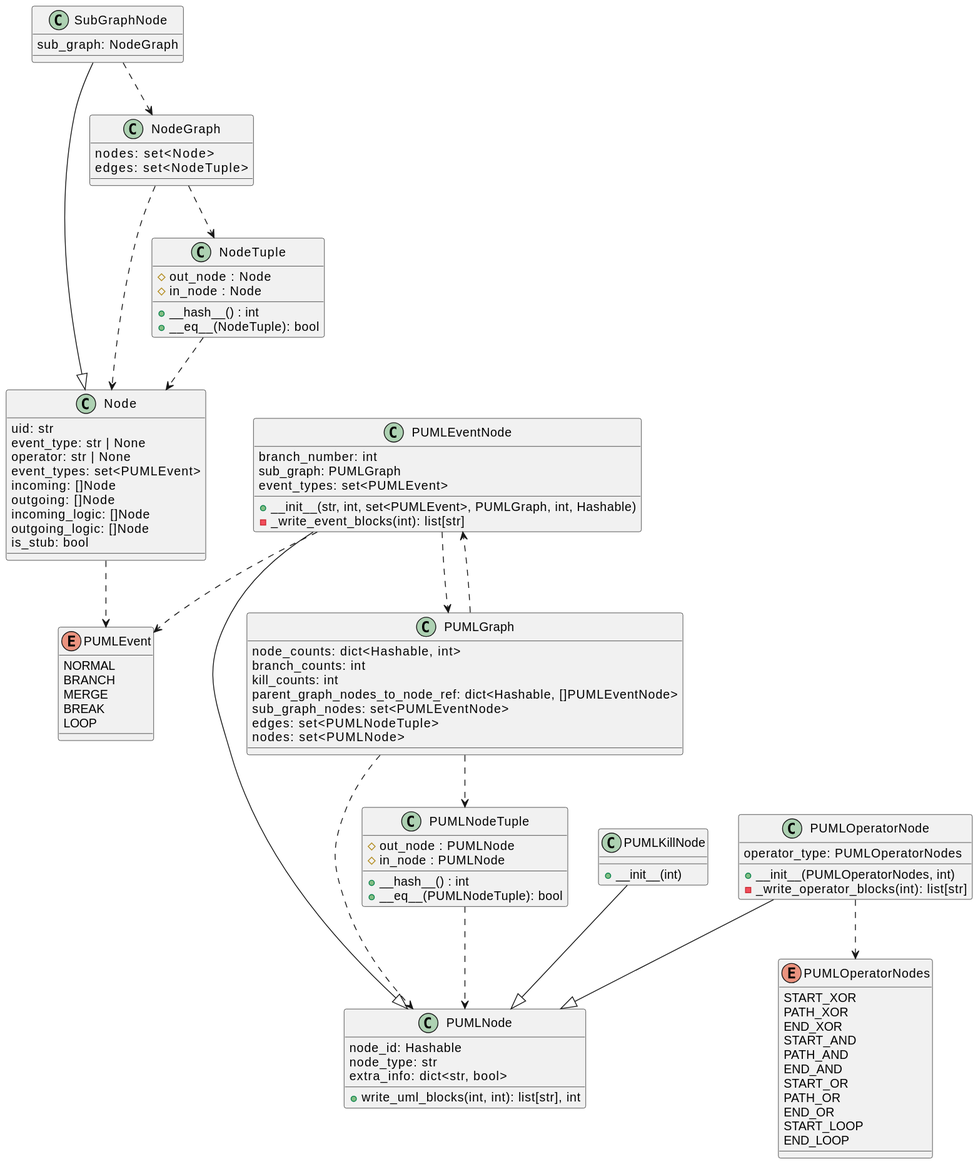
Before: docs/development/design/2-DN-Nested_walking_puml_graphs/class_diagrams.svg, a diagram exported from PlantUML (xtuml/otel2puml). The source it was exported from:
```plantuml
@startuml
enum PUMLEvent {
    NORMAL
    BRANCH
    MERGE
    BREAK
    LOOP
}

enum PUMLOperatorNodes {

    START_XOR
    PATH_XOR
    END_XOR
    START_AND
    PATH_AND
    END_AND
    START_OR
    PATH_OR
    END_OR
    START_LOOP
    END_LOOP
}


class PUMLNode {
    node_id: Hashable
    node_type: str
    extra_info: dict<str, bool>
    +write_uml_blocks(int, int): list[str], int
}

class PUMLEventNode {
    branch_number: int
    sub_graph: PUMLGraph
    event_types: set<PUMLEvent>
    +__init__(str, int, set<PUMLEvent>, PUMLGraph, int, Hashable)
    -_write_event_blocks(int): list[str]
}

class PUMLOperatorNode {
    operator_type: PUMLOperatorNodes
    +__init__(PUMLOperatorNodes, int)
    -_write_operator_blocks(int): list[str]
}

class PUMLKillNode {
    +__init__(int)
}

class PUMLGraph {
    node_counts: dict<Hashable, int>
    branch_counts: int
    kill_counts: int
    parent_graph_nodes_to_node_ref: dict<Hashable, []PUMLEventNode>
    sub_graph_nodes: set<PUMLEventNode>
    edges: set<PUMLNodeTuple>
    nodes: set<PUMLNode>
}

class PUMLNodeTuple {
    #out_node : PUMLNode
    #in_node : PUMLNode
    +__hash__() : int
    +__eq__(PUMLNodeTuple): bool
}

PUMLGraph ..> PUMLNode
PUMLGraph ..> PUMLEventNode
PUMLGraph ..> PUMLNodeTuple
PUMLNodeTuple ..> PUMLNode
PUMLEventNode --|> PUMLNode
PUMLOperatorNode --|> PUMLNode
PUMLKillNode --|> PUMLNode
PUMLEventNode ..> PUMLGraph
PUMLEventNode ..> PUMLEvent
PUMLOperatorNode ..> PUMLOperatorNodes

class Node {
    uid: str
    event_type: str | None
    operator: str | None
    event_types: set<PUMLEvent>
    incoming: []Node
    outgoing: []Node
    incoming_logic: []Node
    outgoing_logic: []Node
    is_stub: bool
}

class SubGraphNode {
    sub_graph: NodeGraph
}

class NodeGraph {
    nodes: set<Node>
    edges: set<NodeTuple>
}

class NodeTuple {
    #out_node : Node
    #in_node : Node
    +__hash__() : int
    +__eq__(NodeTuple): bool
}



NodeGraph ..> Node
NodeGraph ..> NodeTuple
NodeTuple ..> Node
SubGraphNode --|> Node
SubGraphNode ..> NodeGraph
Node ..> PUMLEvent
@enduml
```
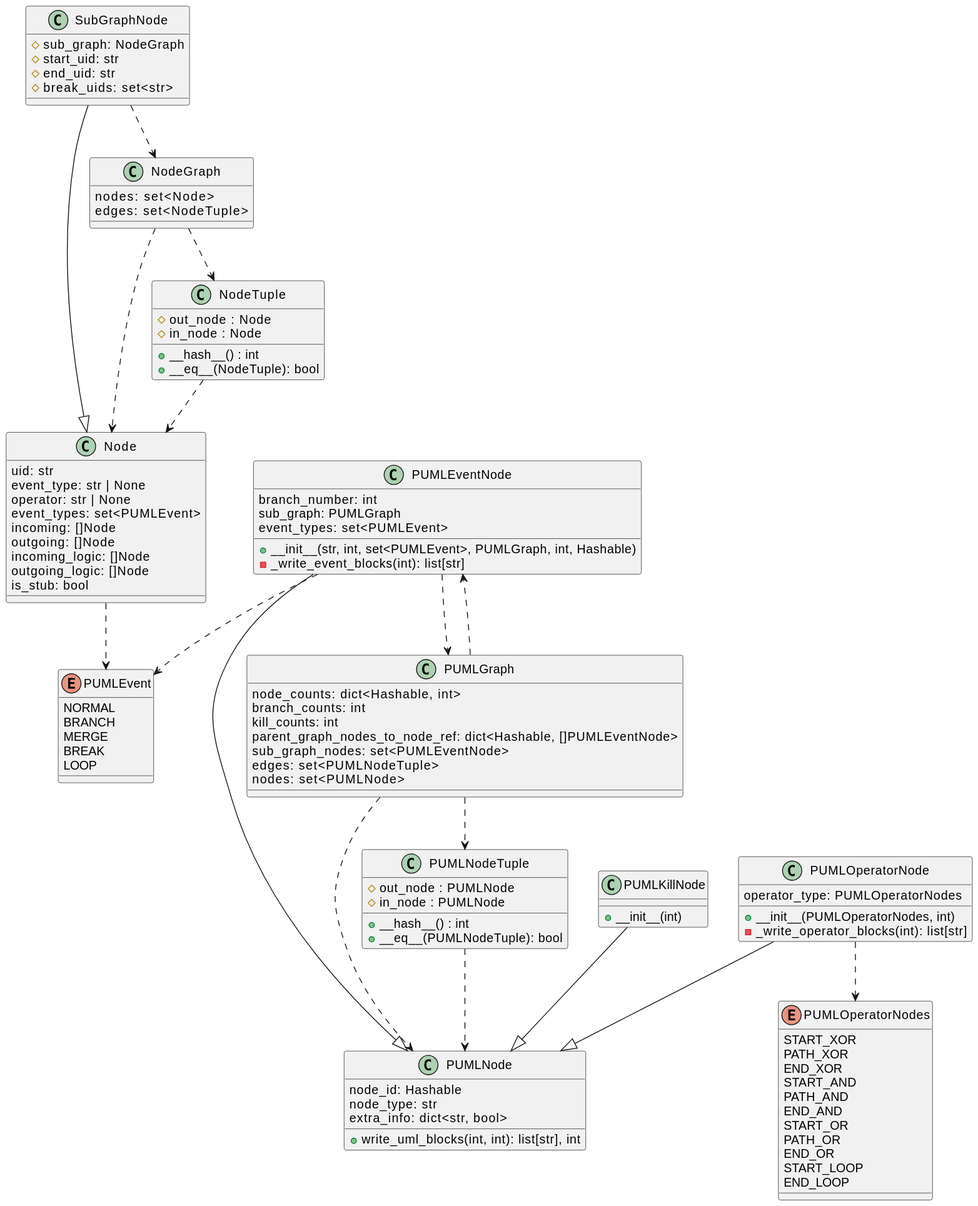
The same diagram one commit later.

Commit message:
Cdstp 100 update loop event and sub graph node types with extra attributes (#86)

Diff of the diagram source:
```diff
@@ -89,7 +89,10 @@
 }
 
 class SubGraphNode {
-    sub_graph: NodeGraph
+    #sub_graph: NodeGraph
+    #start_uid: str
+    #end_uid: str
+    #break_uids: set<str>
 }
 
 class NodeGraph {
```
